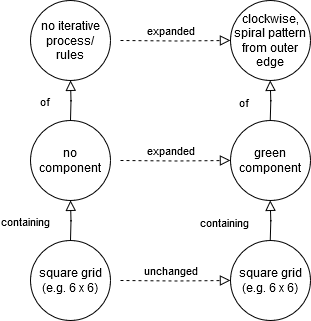
Above: 28e73c20_flowchart.png in ExplorerTCF/Simple (draw.io), before the change. Source tidied: cells renumbered, new cells last; positions are measured from the earlier drawing's top-left corner, leaving out a move shared by most shapes. Source of this version:
```xml
<mxGraphModel>
  <root>
    <mxCell id="0" />
    <mxCell id="1" parent="0" />
    <mxCell id="2" value="containing" style="rounded=0;html=1;jettySize=auto;orthogonalLoop=1;fontSize=11;endArrow=block;endFill=0;endSize=8;strokeWidth=1;shadow=0;labelBackgroundColor=none;edgeStyle=orthogonalEdgeStyle;align=right;" parent="1" edge="1">
      <mxGeometry y="20" relative="1" as="geometry">
        <mxPoint x="40" y="240" as="sourcePoint" />
        <mxPoint x="40" y="200" as="targetPoint" />
      </mxGeometry>
    </mxCell>
    <mxCell id="3" value="expanded" style="edgeStyle=orthogonalEdgeStyle;rounded=0;html=1;jettySize=auto;fontSize=11;endArrow=block;endFill=0;endSize=8;strokeWidth=1;shadow=0;labelBackgroundColor=none;entryX=0;entryY=0.5;entryDx=0;entryDy=0;dashed=1;" parent="1" edge="1" target="6">
      <mxGeometry x="-0.1" y="10" relative="1" as="geometry">
        <mxPoint x="90" y="160" as="sourcePoint" />
      </mxGeometry>
    </mxCell>
    <mxCell id="4" value="unchanged" style="edgeStyle=orthogonalEdgeStyle;rounded=0;html=1;jettySize=auto;fontSize=11;endArrow=block;endFill=0;endSize=8;strokeWidth=1;shadow=0;labelBackgroundColor=none;entryX=0;entryY=0.5;entryDx=0;entryDy=0;dashed=1;" parent="1" edge="1" target="5">
      <mxGeometry x="-0.1" y="10" relative="1" as="geometry">
        <mxPoint x="90" y="280" as="sourcePoint" />
      </mxGeometry>
    </mxCell>
    <mxCell id="5" value="square grid (e.g. 6 x 6)" style="ellipse;whiteSpace=wrap;html=1;" parent="1" vertex="1">
      <mxGeometry x="200" y="240" width="80" height="80" as="geometry" />
    </mxCell>
    <mxCell id="6" value="green component" style="ellipse;whiteSpace=wrap;html=1;" parent="1" vertex="1">
      <mxGeometry x="200" y="120" width="80" height="80" as="geometry" />
    </mxCell>
    <mxCell id="7" value="square grid (e.g. 6 x 6)" style="ellipse;whiteSpace=wrap;html=1;" parent="1" vertex="1">
      <mxGeometry y="240" width="80" height="80" as="geometry" />
    </mxCell>
    <mxCell id="8" value="no component" style="ellipse;whiteSpace=wrap;html=1;" parent="1" vertex="1">
      <mxGeometry y="120" width="80" height="80" as="geometry" />
    </mxCell>
    <mxCell id="9" value="containing" style="rounded=0;html=1;jettySize=auto;orthogonalLoop=1;fontSize=11;endArrow=block;endFill=0;endSize=8;strokeWidth=1;shadow=0;labelBackgroundColor=none;edgeStyle=orthogonalEdgeStyle;align=right;" parent="1" edge="1">
      <mxGeometry y="20" relative="1" as="geometry">
        <mxPoint x="239.8" y="240" as="sourcePoint" />
        <mxPoint x="239.8" y="200" as="targetPoint" />
      </mxGeometry>
    </mxCell>
    <mxCell id="10" value="of" style="rounded=0;html=1;jettySize=auto;orthogonalLoop=1;fontSize=11;endArrow=block;endFill=0;endSize=8;strokeWidth=1;shadow=0;labelBackgroundColor=none;edgeStyle=orthogonalEdgeStyle;align=right;" parent="1" edge="1">
      <mxGeometry y="20" relative="1" as="geometry">
        <mxPoint x="40" y="120" as="sourcePoint" />
        <mxPoint x="40" y="80" as="targetPoint" />
      </mxGeometry>
    </mxCell>
    <mxCell id="11" value="expanded" style="edgeStyle=orthogonalEdgeStyle;rounded=0;html=1;jettySize=auto;fontSize=11;endArrow=block;endFill=0;endSize=8;strokeWidth=1;shadow=0;labelBackgroundColor=none;entryX=0;entryY=0.5;entryDx=0;entryDy=0;dashed=1;" parent="1" edge="1" target="12">
      <mxGeometry x="-0.1" y="10" relative="1" as="geometry">
        <mxPoint x="90" y="40" as="sourcePoint" />
      </mxGeometry>
    </mxCell>
    <mxCell id="12" value="clockwise, spiral pattern from outer edge" style="ellipse;whiteSpace=wrap;html=1;" parent="1" vertex="1">
      <mxGeometry x="200" width="80" height="80" as="geometry" />
    </mxCell>
    <mxCell id="13" value="no iterative process/ rules" style="ellipse;whiteSpace=wrap;html=1;" parent="1" vertex="1">
      <mxGeometry width="80" height="80" as="geometry" />
    </mxCell>
    <mxCell id="14" value="of" style="rounded=0;html=1;jettySize=auto;orthogonalLoop=1;fontSize=11;endArrow=block;endFill=0;endSize=8;strokeWidth=1;shadow=0;labelBackgroundColor=none;edgeStyle=orthogonalEdgeStyle;align=right;" parent="1" edge="1">
      <mxGeometry y="20" relative="1" as="geometry">
        <mxPoint x="239.8" y="120" as="sourcePoint" />
        <mxPoint x="239.8" y="80" as="targetPoint" />
      </mxGeometry>
    </mxCell>
  </root>
</mxGraphModel>
```
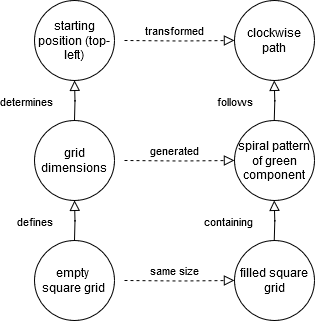
The same file after the commit.

Diff of the diagram source:
```diff
@@ -2,32 +2,32 @@
   <root>
     <mxCell id="0" />
     <mxCell id="1" parent="0" />
-    <mxCell id="2" value="containing" style="rounded=0;html=1;jettySize=auto;orthogonalLoop=1;fontSize=11;endArrow=block;endFill=0;endSize=8;strokeWidth=1;shadow=0;labelBackgroundColor=none;edgeStyle=orthogonalEdgeStyle;align=right;" parent="1" edge="1">
+    <mxCell id="2" value="defines" style="rounded=0;html=1;jettySize=auto;orthogonalLoop=1;fontSize=11;endArrow=block;endFill=0;endSize=8;strokeWidth=1;shadow=0;labelBackgroundColor=none;edgeStyle=orthogonalEdgeStyle;align=right;" parent="1" edge="1">
       <mxGeometry y="20" relative="1" as="geometry">
         <mxPoint x="40" y="240" as="sourcePoint" />
         <mxPoint x="40" y="200" as="targetPoint" />
       </mxGeometry>
     </mxCell>
-    <mxCell id="3" value="expanded" style="edgeStyle=orthogonalEdgeStyle;rounded=0;html=1;jettySize=auto;fontSize=11;endArrow=block;endFill=0;endSize=8;strokeWidth=1;shadow=0;labelBackgroundColor=none;entryX=0;entryY=0.5;entryDx=0;entryDy=0;dashed=1;" parent="1" edge="1" target="6">
+    <mxCell id="3" value="generated" style="edgeStyle=orthogonalEdgeStyle;rounded=0;html=1;jettySize=auto;fontSize=11;endArrow=block;endFill=0;endSize=8;strokeWidth=1;shadow=0;labelBackgroundColor=none;entryX=0;entryY=0.5;entryDx=0;entryDy=0;dashed=1;" parent="1" edge="1" target="6">
       <mxGeometry x="-0.1" y="10" relative="1" as="geometry">
         <mxPoint x="90" y="160" as="sourcePoint" />
       </mxGeometry>
     </mxCell>
-    <mxCell id="4" value="unchanged" style="edgeStyle=orthogonalEdgeStyle;rounded=0;html=1;jettySize=auto;fontSize=11;endArrow=block;endFill=0;endSize=8;strokeWidth=1;shadow=0;labelBackgroundColor=none;entryX=0;entryY=0.5;entryDx=0;entryDy=0;dashed=1;" parent="1" edge="1" target="5">
+    <mxCell id="4" value="same size" style="edgeStyle=orthogonalEdgeStyle;rounded=0;html=1;jettySize=auto;fontSize=11;endArrow=block;endFill=0;endSize=8;strokeWidth=1;shadow=0;labelBackgroundColor=none;entryX=0;entryY=0.5;entryDx=0;entryDy=0;dashed=1;" parent="1" edge="1" target="5">
       <mxGeometry x="-0.1" y="10" relative="1" as="geometry">
         <mxPoint x="90" y="280" as="sourcePoint" />
       </mxGeometry>
     </mxCell>
-    <mxCell id="5" value="square grid (e.g. 6 x 6)" style="ellipse;whiteSpace=wrap;html=1;" parent="1" vertex="1">
+    <mxCell id="5" value="filled square grid" style="ellipse;whiteSpace=wrap;html=1;" parent="1" vertex="1">
       <mxGeometry x="200" y="240" width="80" height="80" as="geometry" />
     </mxCell>
-    <mxCell id="6" value="green component" style="ellipse;whiteSpace=wrap;html=1;" parent="1" vertex="1">
+    <mxCell id="6" value="spiral pattern of green component" style="ellipse;whiteSpace=wrap;html=1;" parent="1" vertex="1">
       <mxGeometry x="200" y="120" width="80" height="80" as="geometry" />
     </mxCell>
-    <mxCell id="7" value="square grid (e.g. 6 x 6)" style="ellipse;whiteSpace=wrap;html=1;" parent="1" vertex="1">
+    <mxCell id="7" value="&lt;div&gt;empty&amp;nbsp;&lt;/div&gt;&lt;div&gt;square grid&lt;br&gt;&lt;/div&gt;" style="ellipse;whiteSpace=wrap;html=1;" parent="1" vertex="1">
       <mxGeometry y="240" width="80" height="80" as="geometry" />
     </mxCell>
-    <mxCell id="8" value="no component" style="ellipse;whiteSpace=wrap;html=1;" parent="1" vertex="1">
+    <mxCell id="8" value="grid dimensions" style="ellipse;whiteSpace=wrap;html=1;" parent="1" vertex="1">
       <mxGeometry y="120" width="80" height="80" as="geometry" />
     </mxCell>
     <mxCell id="9" value="containing" style="rounded=0;html=1;jettySize=auto;orthogonalLoop=1;fontSize=11;endArrow=block;endFill=0;endSize=8;strokeWidth=1;shadow=0;labelBackgroundColor=none;edgeStyle=orthogonalEdgeStyle;align=right;" parent="1" edge="1">
@@ -36,24 +36,24 @@
         <mxPoint x="239.8" y="200" as="targetPoint" />
       </mxGeometry>
     </mxCell>
-    <mxCell id="10" value="of" style="rounded=0;html=1;jettySize=auto;orthogonalLoop=1;fontSize=11;endArrow=block;endFill=0;endSize=8;strokeWidth=1;shadow=0;labelBackgroundColor=none;edgeStyle=orthogonalEdgeStyle;align=right;" parent="1" edge="1">
+    <mxCell id="10" value="determines" style="rounded=0;html=1;jettySize=auto;orthogonalLoop=1;fontSize=11;endArrow=block;endFill=0;endSize=8;strokeWidth=1;shadow=0;labelBackgroundColor=none;edgeStyle=orthogonalEdgeStyle;align=right;" parent="1" edge="1">
       <mxGeometry y="20" relative="1" as="geometry">
         <mxPoint x="40" y="120" as="sourcePoint" />
         <mxPoint x="40" y="80" as="targetPoint" />
       </mxGeometry>
     </mxCell>
-    <mxCell id="11" value="expanded" style="edgeStyle=orthogonalEdgeStyle;rounded=0;html=1;jettySize=auto;fontSize=11;endArrow=block;endFill=0;endSize=8;strokeWidth=1;shadow=0;labelBackgroundColor=none;entryX=0;entryY=0.5;entryDx=0;entryDy=0;dashed=1;" parent="1" edge="1" target="12">
+    <mxCell id="11" value="transformed" style="edgeStyle=orthogonalEdgeStyle;rounded=0;html=1;jettySize=auto;fontSize=11;endArrow=block;endFill=0;endSize=8;strokeWidth=1;shadow=0;labelBackgroundColor=none;entryX=0;entryY=0.5;entryDx=0;entryDy=0;dashed=1;" parent="1" edge="1" target="12">
       <mxGeometry x="-0.1" y="10" relative="1" as="geometry">
         <mxPoint x="90" y="40" as="sourcePoint" />
       </mxGeometry>
     </mxCell>
-    <mxCell id="12" value="clockwise, spiral pattern from outer edge" style="ellipse;whiteSpace=wrap;html=1;" parent="1" vertex="1">
+    <mxCell id="12" value="clockwise path" style="ellipse;whiteSpace=wrap;html=1;" parent="1" vertex="1">
       <mxGeometry x="200" width="80" height="80" as="geometry" />
     </mxCell>
-    <mxCell id="13" value="no iterative process/ rules" style="ellipse;whiteSpace=wrap;html=1;" parent="1" vertex="1">
+    <mxCell id="13" value="starting position (top-left)" style="ellipse;whiteSpace=wrap;html=1;" parent="1" vertex="1">
       <mxGeometry width="80" height="80" as="geometry" />
     </mxCell>
-    <mxCell id="14" value="of" style="rounded=0;html=1;jettySize=auto;orthogonalLoop=1;fontSize=11;endArrow=block;endFill=0;endSize=8;strokeWidth=1;shadow=0;labelBackgroundColor=none;edgeStyle=orthogonalEdgeStyle;align=right;" parent="1" edge="1">
+    <mxCell id="14" value="follows" style="rounded=0;html=1;jettySize=auto;orthogonalLoop=1;fontSize=11;endArrow=block;endFill=0;endSize=8;strokeWidth=1;shadow=0;labelBackgroundColor=none;edgeStyle=orthogonalEdgeStyle;align=right;" parent="1" edge="1">
       <mxGeometry y="20" relative="1" as="geometry">
         <mxPoint x="239.8" y="120" as="sourcePoint" />
         <mxPoint x="239.8" y="80" as="targetPoint" />
```
